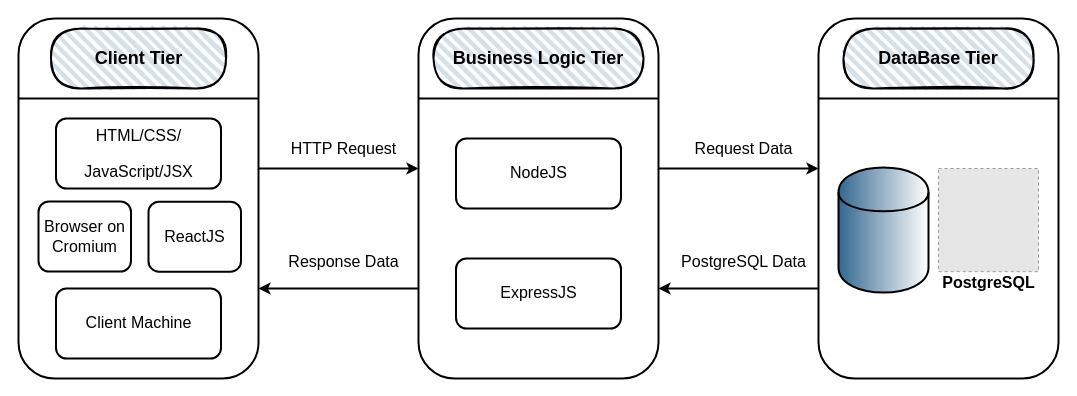
The draw.io diagram images and schemes/Archirecture.drawio in xreyaf/cinema-app, before the edit. Source tidied: cells renumbered, new cells numbered last; positions are measured from the earlier drawing's top-left corner, leaving out a move shared by most shapes. Both pictures are drawn from the tidied source at 100%, with x=0, y=0 at pixel (18, 18). Pictures stored in the file or linked from it are replaced by grey dashed boxes.
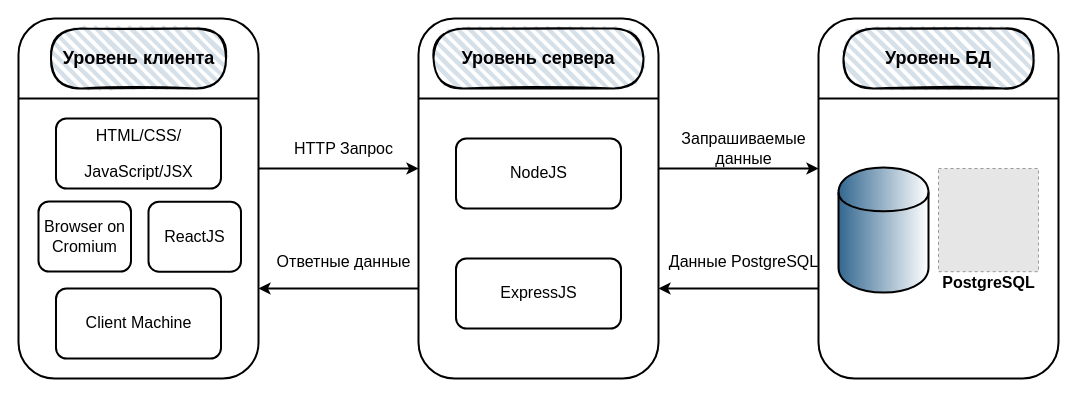
The same diagram, later.

Diff of the diagram source:
```diff
@@
-    <mxCell id="16" value="&lt;font style=&quot;font-size: 16px&quot;&gt;HTTP Request&lt;/font&gt;" style="text;html=1;align=center;verticalAlign=middle;" parent="1" vertex="1">
-      <mxGeometry x="265" y="120" width="120" height="20" as="geometry" />
+    <mxCell id="16" value="&lt;font style=&quot;font-size: 16px&quot;&gt;HTTP Запрос&lt;/font&gt;" style="text;html=1;align=center;verticalAlign=middle;" parent="1" vertex="1">
+      <mxGeometry x="270" y="120" width="110" height="20" as="geometry" />
     </mxCell>
-    <mxCell id="17" value="&lt;span style=&quot;font-size: 16px&quot;&gt;Response Data&lt;/span&gt;" style="text;html=1;align=center;verticalAlign=middle;" parent="1" vertex="1">
-      <mxGeometry x="260" y="233" width="130" height="20" as="geometry" />
+    <mxCell id="17" value="&lt;span style=&quot;font-size: 16px&quot;&gt;Ответные данные&lt;/span&gt;" style="text;html=1;align=center;verticalAlign=middle;" parent="1" vertex="1">
+      <mxGeometry x="250" y="233" width="150" height="20" as="geometry" />
     </mxCell>
-    <mxCell id="18" value="&lt;font style=&quot;font-size: 16px&quot;&gt;Request Data&lt;/font&gt;" style="text;html=1;align=center;verticalAlign=middle;" parent="1" vertex="1">
-      <mxGeometry x="670" y="120" width="110" height="20" as="geometry" />
+    <mxCell id="18" value="&lt;font style=&quot;font-size: 16px&quot;&gt;Запрашиваемые&lt;br&gt;данные&lt;br&gt;&lt;/font&gt;" style="text;html=1;align=center;verticalAlign=middle;" parent="1" vertex="1">
+      <mxGeometry x="655" y="110" width="140" height="40" as="geometry" />
     </mxCell>
-    <mxCell id="19" value="&lt;font style=&quot;font-size: 16px&quot;&gt;PostgreSQL Data&lt;/font&gt;" style="text;html=1;align=center;verticalAlign=middle;" parent="1" vertex="1">
-      <mxGeometry x="655" y="233" width="140" height="20" as="geometry" />
+    <mxCell id="19" value="&lt;font style=&quot;font-size: 16px&quot;&gt;Данные PostgreSQL&lt;/font&gt;" style="text;html=1;align=center;verticalAlign=middle;" parent="1" vertex="1">
+      <mxGeometry x="645" y="233" width="160" height="20" as="geometry" />
     </mxCell>
@@
-    <mxCell id="25" value="&lt;b&gt;&lt;font style=&quot;font-size: 18px&quot;&gt;Client Tier&lt;/font&gt;&lt;/b&gt;" style="rounded=1;whiteSpace=wrap;html=1;strokeWidth=2;fillWeight=4;hachureGap=8;hachureAngle=45;sketch=1;shadow=0;glass=0;comic=0;fontSize=16;arcSize=50;fillOpacity=20;fillColor=#336790;" parent="1" vertex="1">
+    <mxCell id="25" value="&lt;span style=&quot;font-size: 18px&quot;&gt;&lt;b&gt;Уровень клиента&lt;/b&gt;&lt;/span&gt;" style="rounded=1;whiteSpace=wrap;html=1;strokeWidth=2;fillWeight=4;hachureGap=8;hachureAngle=45;sketch=1;shadow=0;glass=0;comic=0;fontSize=16;arcSize=50;fillOpacity=20;fillColor=#336790;" parent="1" vertex="1">
       <mxGeometry x="32.5" y="10" width="175" height="60" as="geometry" />
     </mxCell>
-    <mxCell id="26" value="&lt;b&gt;&lt;font style=&quot;font-size: 18px&quot;&gt;Business Logic Tier&lt;/font&gt;&lt;/b&gt;" style="rounded=1;whiteSpace=wrap;html=1;strokeWidth=2;fillWeight=4;hachureGap=8;hachureAngle=45;sketch=1;shadow=0;glass=0;comic=0;fontSize=16;arcSize=50;fillOpacity=20;fillColor=#336790;" parent="1" vertex="1">
+    <mxCell id="26" value="&lt;b&gt;&lt;font style=&quot;font-size: 18px&quot;&gt;Уровень сервера&lt;/font&gt;&lt;/b&gt;" style="rounded=1;whiteSpace=wrap;html=1;strokeWidth=2;fillWeight=4;hachureGap=8;hachureAngle=45;sketch=1;shadow=0;glass=0;comic=0;fontSize=16;arcSize=50;fillOpacity=20;fillColor=#336790;" parent="1" vertex="1">
       <mxGeometry x="415" y="10" width="210" height="60" as="geometry" />
     </mxCell>
-    <mxCell id="27" value="&lt;b&gt;&lt;font style=&quot;font-size: 18px&quot;&gt;DataBase Tier&lt;/font&gt;&lt;/b&gt;" style="rounded=1;whiteSpace=wrap;html=1;strokeWidth=2;fillWeight=4;hachureGap=8;hachureAngle=45;sketch=1;shadow=0;glass=0;comic=0;fontSize=16;arcSize=50;fillOpacity=20;fillColor=#336790;" parent="1" vertex="1">
+    <mxCell id="27" value="&lt;b&gt;&lt;font style=&quot;font-size: 18px&quot;&gt;Уровень БД&lt;/font&gt;&lt;/b&gt;" style="rounded=1;whiteSpace=wrap;html=1;strokeWidth=2;fillWeight=4;hachureGap=8;hachureAngle=45;sketch=1;shadow=0;glass=0;comic=0;fontSize=16;arcSize=50;fillOpacity=20;fillColor=#336790;" parent="1" vertex="1">
       <mxGeometry x="825" y="10" width="190" height="60" as="geometry" />
     </mxCell>
```
